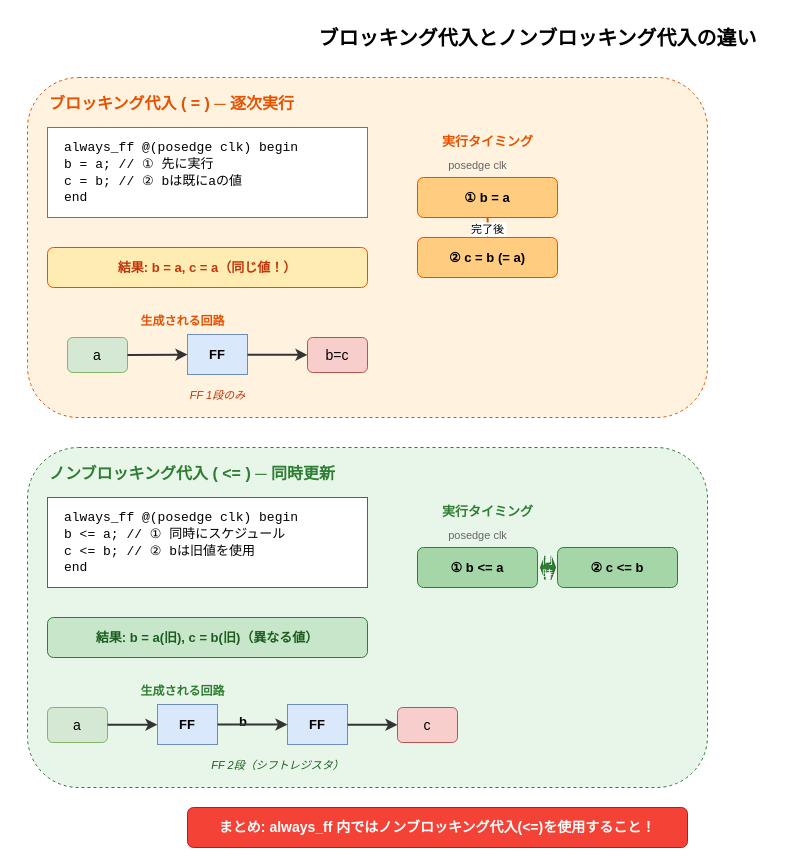
The draw.io diagram images/systemverilog-guidebook/ch05_blocking_vs_nonblocking.drawio in aquaxis/webdoc, before the edit. Source tidied: cells renumbered, new cells numbered last; positions are measured from the earlier drawing's top-left corner, leaving out a move shared by most shapes. Both pictures are drawn from the tidied source at 100%, with x=0, y=0 at pixel (27, 17).
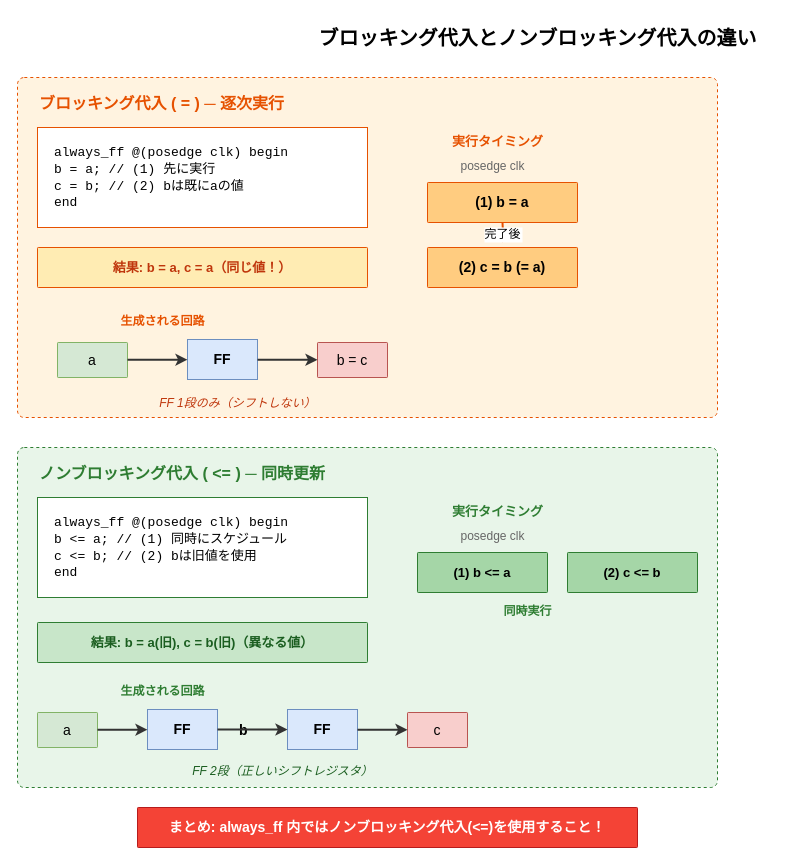
After the change.

Diff of the diagram source:
```diff
@@
-    <mxCell id="3" style="rounded=1;whiteSpace=wrap;html=1;fillColor=#FFF3E0;strokeColor=#E65100;dashed=1;" parent="1" vertex="1">
-      <mxGeometry y="60" width="680" height="340" as="geometry" />
+    <mxCell id="3" style="rounded=1;arcSize=2;whiteSpace=wrap;html=1;fillColor=#FFF3E0;strokeColor=#E65100;dashed=1;" parent="1" vertex="1">
+      <mxGeometry x="-10" y="60" width="700" height="340" as="geometry" />
     </mxCell>
     <mxCell id="4" value="ブロッキング代入 ( = )  ─ 逐次実行" style="text;html=1;fontSize=16;fontStyle=1;align=left;fontColor=#E65100;" parent="1" vertex="1">
-      <mxGeometry x="20" y="70" width="400" height="30" as="geometry" />
+      <mxGeometry x="10" y="70" width="400" height="30" as="geometry" />
     </mxCell>
-    <mxCell id="5" value="&lt;font face=&quot;Courier New&quot;&gt;always_ff @(posedge clk) begin&lt;br&gt;  b = a;   // ① 先に実行&lt;br&gt;  c = b;   // ② bは既にaの値&lt;br&gt;end&lt;/font&gt;" style="rounded=0;whiteSpace=wrap;html=1;fillColor=#FFFFFF;strokeColor=#E65100;fontSize=13;align=left;spacingLeft=15;" parent="1" vertex="1">
-      <mxGeometry x="20" y="110" width="320" height="90" as="geometry" />
+    <mxCell id="5" value="&lt;font face=&quot;Courier New&quot;&gt;always_ff @(posedge clk) begin&lt;br&gt;  b = a;   // (1) 先に実行&lt;br&gt;  c = b;   // (2) bは既にaの値&lt;br&gt;end&lt;/font&gt;" style="rounded=0;whiteSpace=wrap;html=1;fillColor=#FFFFFF;strokeColor=#E65100;fontSize=13;align=left;spacingLeft=15;" parent="1" vertex="1">
+      <mxGeometry x="10" y="110" width="330" height="100" as="geometry" />
     </mxCell>
     <mxCell id="6" value="実行タイミング" style="text;html=1;fontSize=13;fontStyle=1;align=center;fontColor=#E65100;" parent="1" vertex="1">
-      <mxGeometry x="400" y="110" width="120" height="25" as="geometry" />
+      <mxGeometry x="400" y="110" width="140" height="25" as="geometry" />
     </mxCell>
-    <mxCell id="7" value="posedge clk" style="text;html=1;fontSize=11;align=center;fontColor=#666666;" parent="1" vertex="1">
-      <mxGeometry x="400" y="135" width="100" height="20" as="geometry" />
+    <mxCell id="7" value="posedge clk" style="text;html=1;fontSize=12;align=center;fontColor=#666666;" parent="1" vertex="1">
+      <mxGeometry x="405" y="135" width="120" height="20" as="geometry" />
     </mxCell>
-    <mxCell id="8" value="① b = a" style="rounded=1;whiteSpace=wrap;html=1;fillColor=#FFCC80;strokeColor=#E65100;fontSize=13;fontStyle=1;" parent="1" vertex="1">
-      <mxGeometry x="390" y="160" width="140" height="40" as="geometry" />
+    <mxCell id="8" value="(1) b = a" style="rounded=1;arcSize=2;whiteSpace=wrap;html=1;fillColor=#FFCC80;strokeColor=#E65100;fontSize=14;fontStyle=1;" parent="1" vertex="1">
+      <mxGeometry x="400" y="165" width="150" height="40" as="geometry" />
     </mxCell>
-    <mxCell id="9" value="完了後" style="edgeStyle=orthogonalEdgeStyle;rounded=0;strokeWidth=2;strokeColor=#E65100;fontSize=11;" parent="1" edge="1">
+    <mxCell id="9" value="完了後" style="edgeStyle=orthogonalEdgeStyle;rounded=0;strokeWidth=2;strokeColor=#E65100;fontSize=12;" parent="1" edge="1">
       <mxGeometry relative="1" as="geometry">
-        <mxPoint x="460" y="200" as="sourcePoint" />
-        <mxPoint x="460" y="220" as="targetPoint" />
+        <mxPoint x="475" y="205" as="sourcePoint" />
+        <mxPoint x="475" y="225" as="targetPoint" />
       </mxGeometry>
     </mxCell>
-    <mxCell id="10" value="② c = b (= a)" style="rounded=1;whiteSpace=wrap;html=1;fillColor=#FFCC80;strokeColor=#E65100;fontSize=13;fontStyle=1;" parent="1" vertex="1">
-      <mxGeometry x="390" y="220" width="140" height="40" as="geometry" />
+    <mxCell id="10" value="(2) c = b (= a)" style="rounded=1;arcSize=2;whiteSpace=wrap;html=1;fillColor=#FFCC80;strokeColor=#E65100;fontSize=14;fontStyle=1;" parent="1" vertex="1">
+      <mxGeometry x="400" y="230" width="150" height="40" as="geometry" />
     </mxCell>
-    <mxCell id="11" value="結果: b = a, c = a（同じ値！）" style="rounded=1;whiteSpace=wrap;html=1;fillColor=#FFECB3;strokeColor=#E65100;fontSize=13;fontStyle=1;fontColor=#BF360C;" parent="1" vertex="1">
-      <mxGeometry x="20" y="230" width="320" height="40" as="geometry" />
+    <mxCell id="11" value="結果: b = a, c = a（同じ値！）" style="rounded=1;arcSize=2;whiteSpace=wrap;html=1;fillColor=#FFECB3;strokeColor=#E65100;fontSize=13;fontStyle=1;fontColor=#BF360C;" parent="1" vertex="1">
+      <mxGeometry x="10" y="230" width="330" height="40" as="geometry" />
     </mxCell>
     <mxCell id="12" value="生成される回路" style="text;html=1;fontSize=12;fontStyle=1;align=center;fontColor=#E65100;" parent="1" vertex="1">
-      <mxGeometry x="80" y="290" width="150" height="20" as="geometry" />
+      <mxGeometry x="60" y="290" width="150" height="20" as="geometry" />
     </mxCell>
-    <mxCell id="13" value="a" style="rounded=1;whiteSpace=wrap;html=1;fillColor=#d5e8d4;strokeColor=#82b366;fontSize=14;" parent="1" vertex="1">
-      <mxGeometry x="40" y="320" width="60" height="35" as="geometry" />
+    <mxCell id="13" value="a" style="rounded=1;arcSize=2;whiteSpace=wrap;html=1;fillColor=#d5e8d4;strokeColor=#82b366;fontSize=14;" parent="1" vertex="1">
+      <mxGeometry x="30" y="325" width="70" height="35" as="geometry" />
     </mxCell>
-    <mxCell id="14" value="FF" style="rounded=0;whiteSpace=wrap;html=1;fillColor=#dae8fc;strokeColor=#6c8ebf;fontSize=13;fontStyle=1;" parent="1" vertex="1">
-      <mxGeometry x="160" y="317" width="60" height="40" as="geometry" />
+    <mxCell id="14" value="FF" style="rounded=0;whiteSpace=wrap;html=1;fillColor=#dae8fc;strokeColor=#6c8ebf;fontSize=14;fontStyle=1;" parent="1" vertex="1">
+      <mxGeometry x="160" y="322" width="70" height="40" as="geometry" />
     </mxCell>
-    <mxCell id="15" value="b=c" style="rounded=1;whiteSpace=wrap;html=1;fillColor=#f8cecc;strokeColor=#b85450;fontSize=14;" parent="1" vertex="1">
-      <mxGeometry x="280" y="320" width="60" height="35" as="geometry" />
+    <mxCell id="15" value="b = c" style="rounded=1;arcSize=2;whiteSpace=wrap;html=1;fillColor=#f8cecc;strokeColor=#b85450;fontSize=14;" parent="1" vertex="1">
+      <mxGeometry x="290" y="325" width="70" height="35" as="geometry" />
     </mxCell>
@@
-    <mxCell id="18" value="FF 1段のみ" style="text;html=1;fontSize=11;align=center;fontColor=#BF360C;fontStyle=2;" parent="1" vertex="1">
-      <mxGeometry x="130" y="365" width="120" height="20" as="geometry" />
+    <mxCell id="18" value="FF 1段のみ（シフトしない）" style="text;html=1;fontSize=12;align=center;fontColor=#BF360C;fontStyle=2;" parent="1" vertex="1">
+      <mxGeometry x="110" y="372" width="200" height="20" as="geometry" />
     </mxCell>
-    <mxCell id="19" style="rounded=1;whiteSpace=wrap;html=1;fillColor=#E8F5E9;strokeColor=#2E7D32;dashed=1;" parent="1" vertex="1">
-      <mxGeometry y="430" width="680" height="340" as="geometry" />
+    <mxCell id="19" style="rounded=1;arcSize=2;whiteSpace=wrap;html=1;fillColor=#E8F5E9;strokeColor=#2E7D32;dashed=1;" parent="1" vertex="1">
+      <mxGeometry x="-10" y="430" width="700" height="340" as="geometry" />
     </mxCell>
     <mxCell id="20" value="ノンブロッキング代入 ( &lt;= )  ─ 同時更新" style="text;html=1;fontSize=16;fontStyle=1;align=left;fontColor=#2E7D32;" parent="1" vertex="1">
-      <mxGeometry x="20" y="440" width="420" height="30" as="geometry" />
+      <mxGeometry x="10" y="440" width="420" height="30" as="geometry" />
     </mxCell>
-    <mxCell id="21" value="&lt;font face=&quot;Courier New&quot;&gt;always_ff @(posedge clk) begin&lt;br&gt;  b &amp;lt;= a;  // ① 同時にスケジュール&lt;br&gt;  c &amp;lt;= b;  // ② bは旧値を使用&lt;br&gt;end&lt;/font&gt;" style="rounded=0;whiteSpace=wrap;html=1;fillColor=#FFFFFF;strokeColor=#2E7D32;fontSize=13;align=left;spacingLeft=15;" parent="1" vertex="1">
-      <mxGeometry x="20" y="480" width="320" height="90" as="geometry" />
+    <mxCell id="21" value="&lt;font face=&quot;Courier New&quot;&gt;always_ff @(posedge clk) begin&lt;br&gt;  b &amp;lt;= a;  // (1) 同時にスケジュール&lt;br&gt;  c &amp;lt;= b;  // (2) bは旧値を使用&lt;br&gt;end&lt;/font&gt;" style="rounded=0;whiteSpace=wrap;html=1;fillColor=#FFFFFF;strokeColor=#2E7D32;fontSize=13;align=left;spacingLeft=15;" parent="1" vertex="1">
+      <mxGeometry x="10" y="480" width="330" height="100" as="geometry" />
     </mxCell>
     <mxCell id="22" value="実行タイミング" style="text;html=1;fontSize=13;fontStyle=1;align=center;fontColor=#2E7D32;" parent="1" vertex="1">
-      <mxGeometry x="400" y="480" width="120" height="25" as="geometry" />
+      <mxGeometry x="400" y="480" width="140" height="25" as="geometry" />
     </mxCell>
-    <mxCell id="23" value="posedge clk" style="text;html=1;fontSize=11;align=center;fontColor=#666666;" parent="1" vertex="1">
-      <mxGeometry x="400" y="505" width="100" height="20" as="geometry" />
+    <mxCell id="23" value="posedge clk" style="text;html=1;fontSize=12;align=center;fontColor=#666666;" parent="1" vertex="1">
+      <mxGeometry x="405" y="505" width="120" height="20" as="geometry" />
     </mxCell>
-    <mxCell id="24" value="① b &lt;= a" style="rounded=1;whiteSpace=wrap;html=1;fillColor=#A5D6A7;strokeColor=#2E7D32;fontSize=13;fontStyle=1;" parent="1" vertex="1">
-      <mxGeometry x="390" y="530" width="120" height="40" as="geometry" />
+    <mxCell id="24" value="(1) b &lt;= a" style="rounded=1;arcSize=2;whiteSpace=wrap;html=1;fillColor=#A5D6A7;strokeColor=#2E7D32;fontSize=13;fontStyle=1;" parent="1" vertex="1">
+      <mxGeometry x="390" y="535" width="130" height="40" as="geometry" />
     </mxCell>
-    <mxCell id="25" value="② c &lt;= b" style="rounded=1;whiteSpace=wrap;html=1;fillColor=#A5D6A7;strokeColor=#2E7D32;fontSize=13;fontStyle=1;" parent="1" vertex="1">
-      <mxGeometry x="530" y="530" width="120" height="40" as="geometry" />
+    <mxCell id="25" value="(2) c &lt;= b" style="rounded=1;arcSize=2;whiteSpace=wrap;html=1;fillColor=#A5D6A7;strokeColor=#2E7D32;fontSize=13;fontStyle=1;" parent="1" vertex="1">
+      <mxGeometry x="540" y="535" width="130" height="40" as="geometry" />
     </mxCell>
-    <mxCell id="26" value="同時" style="shape=doubleArrow;whiteSpace=wrap;html=1;fillColor=#2E7D32;strokeColor=#1B5E20;fontSize=11;fontColor=#FFFFFF;arrowWidth=0.4;arrowSize=0.3;" parent="1" vertex="1">
-      <mxGeometry x="513" y="538" width="15" height="24" as="geometry" />
+    <mxCell id="26" value="同時実行" style="text;html=1;fontSize=12;fontStyle=1;fontColor=#2E7D32;align=center;" parent="1" vertex="1">
+      <mxGeometry x="450" y="580" width="100" height="20" as="geometry" />
     </mxCell>
-    <mxCell id="27" value="結果: b = a(旧), c = b(旧)（異なる値）" style="rounded=1;whiteSpace=wrap;html=1;fillColor=#C8E6C9;strokeColor=#2E7D32;fontSize=13;fontStyle=1;fontColor=#1B5E20;" parent="1" vertex="1">
-      <mxGeometry x="20" y="600" width="320" height="40" as="geometry" />
+    <mxCell id="27" value="結果: b = a(旧), c = b(旧)（異なる値）" style="rounded=1;arcSize=2;whiteSpace=wrap;html=1;fillColor=#C8E6C9;strokeColor=#2E7D32;fontSize=13;fontStyle=1;fontColor=#1B5E20;" parent="1" vertex="1">
+      <mxGeometry x="10" y="605" width="330" height="40" as="geometry" />
     </mxCell>
     <mxCell id="28" value="生成される回路" style="text;html=1;fontSize=12;fontStyle=1;align=center;fontColor=#2E7D32;" parent="1" vertex="1">
-      <mxGeometry x="80" y="660" width="150" height="20" as="geometry" />
+      <mxGeometry x="60" y="660" width="150" height="20" as="geometry" />
     </mxCell>
-    <mxCell id="29" value="a" style="rounded=1;whiteSpace=wrap;html=1;fillColor=#d5e8d4;strokeColor=#82b366;fontSize=14;" parent="1" vertex="1">
-      <mxGeometry x="20" y="690" width="60" height="35" as="geometry" />
+    <mxCell id="29" value="a" style="rounded=1;arcSize=2;whiteSpace=wrap;html=1;fillColor=#d5e8d4;strokeColor=#82b366;fontSize=14;" parent="1" vertex="1">
+      <mxGeometry x="10" y="695" width="60" height="35" as="geometry" />
     </mxCell>
-    <mxCell id="30" value="FF" style="rounded=0;whiteSpace=wrap;html=1;fillColor=#dae8fc;strokeColor=#6c8ebf;fontSize=13;fontStyle=1;" parent="1" vertex="1">
-      <mxGeometry x="130" y="687" width="60" height="40" as="geometry" />
+    <mxCell id="30" value="FF" style="rounded=0;whiteSpace=wrap;html=1;fillColor=#dae8fc;strokeColor=#6c8ebf;fontSize=14;fontStyle=1;" parent="1" vertex="1">
+      <mxGeometry x="120" y="692" width="70" height="40" as="geometry" />
     </mxCell>
-    <mxCell id="31" value="b" style="text;html=1;fontSize=13;fontStyle=1;" parent="1" vertex="1">
-      <mxGeometry x="210" y="690" width="30" height="30" as="geometry" />
+    <mxCell id="31" value="b" style="text;html=1;fontSize=14;fontStyle=1;" parent="1" vertex="1">
+      <mxGeometry x="210" y="698" width="30" height="30" as="geometry" />
     </mxCell>
-    <mxCell id="32" value="FF" style="rounded=0;whiteSpace=wrap;html=1;fillColor=#dae8fc;strokeColor=#6c8ebf;fontSize=13;fontStyle=1;" parent="1" vertex="1">
-      <mxGeometry x="260" y="687" width="60" height="40" as="geometry" />
+    <mxCell id="32" value="FF" style="rounded=0;whiteSpace=wrap;html=1;fillColor=#dae8fc;strokeColor=#6c8ebf;fontSize=14;fontStyle=1;" parent="1" vertex="1">
+      <mxGeometry x="260" y="692" width="70" height="40" as="geometry" />
     </mxCell>
-    <mxCell id="33" value="c" style="rounded=1;whiteSpace=wrap;html=1;fillColor=#f8cecc;strokeColor=#b85450;fontSize=14;" parent="1" vertex="1">
-      <mxGeometry x="370" y="690" width="60" height="35" as="geometry" />
+    <mxCell id="33" value="c" style="rounded=1;arcSize=2;whiteSpace=wrap;html=1;fillColor=#f8cecc;strokeColor=#b85450;fontSize=14;" parent="1" vertex="1">
+      <mxGeometry x="380" y="695" width="60" height="35" as="geometry" />
     </mxCell>
@@
-    <mxCell id="37" value="FF 2段（シフトレジスタ）" style="text;html=1;fontSize=11;align=center;fontColor=#1B5E20;fontStyle=2;" parent="1" vertex="1">
-      <mxGeometry x="160" y="735" width="180" height="20" as="geometry" />
+    <mxCell id="37" value="FF 2段（正しいシフトレジスタ）" style="text;html=1;fontSize=12;align=center;fontColor=#1B5E20;fontStyle=2;" parent="1" vertex="1">
+      <mxGeometry x="140" y="740" width="230" height="20" as="geometry" />
     </mxCell>
-    <mxCell id="38" value="まとめ: always_ff 内ではノンブロッキング代入(&lt;=)を使用すること！" style="rounded=1;whiteSpace=wrap;html=1;fillColor=#F44336;strokeColor=#B71C1C;fontSize=14;fontStyle=1;fontColor=#FFFFFF;" parent="1" vertex="1">
-      <mxGeometry x="160" y="790" width="500" height="40" as="geometry" />
+    <mxCell id="38" value="まとめ: always_ff 内ではノンブロッキング代入(&lt;=)を使用すること！" style="rounded=1;arcSize=2;whiteSpace=wrap;html=1;fillColor=#F44336;strokeColor=#B71C1C;fontSize=14;fontStyle=1;fontColor=#FFFFFF;" parent="1" vertex="1">
+      <mxGeometry x="110" y="790" width="500" height="40" as="geometry" />
     </mxCell>
```
